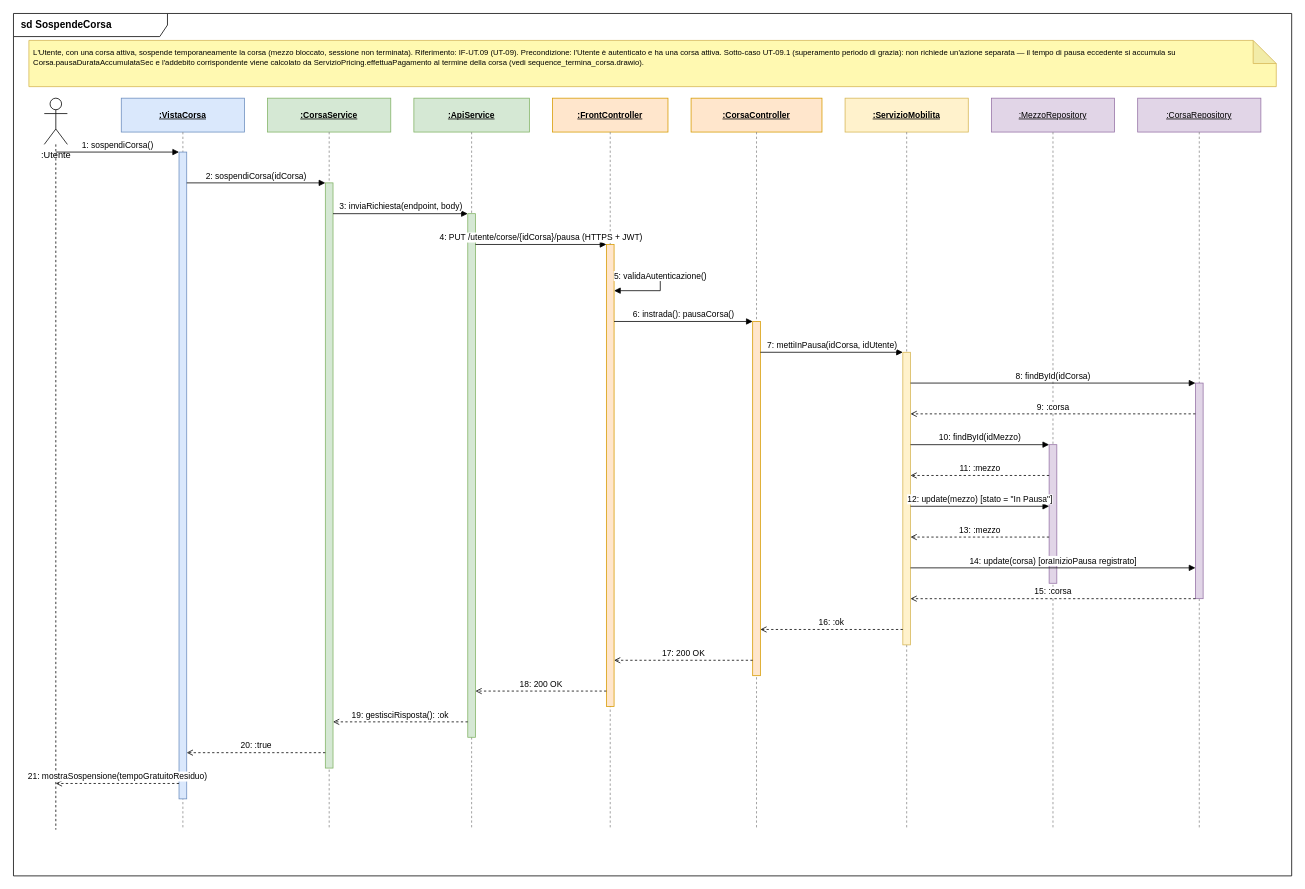
This is docs/Diagrammi/Diagrammi di Sequenza/Flavio/sprint2/sequence_sospende_corsa.drawio from FrancescoGiannulo/SmartMobility, a draw.io file, before an edit. Source tidied: cells renumbered, new cells numbered last; positions are measured from the earlier drawing's top-left corner, leaving out a move shared by most shapes. Both pictures are drawn from the tidied source at 77%, with x=0, y=0 at pixel (13, 13).
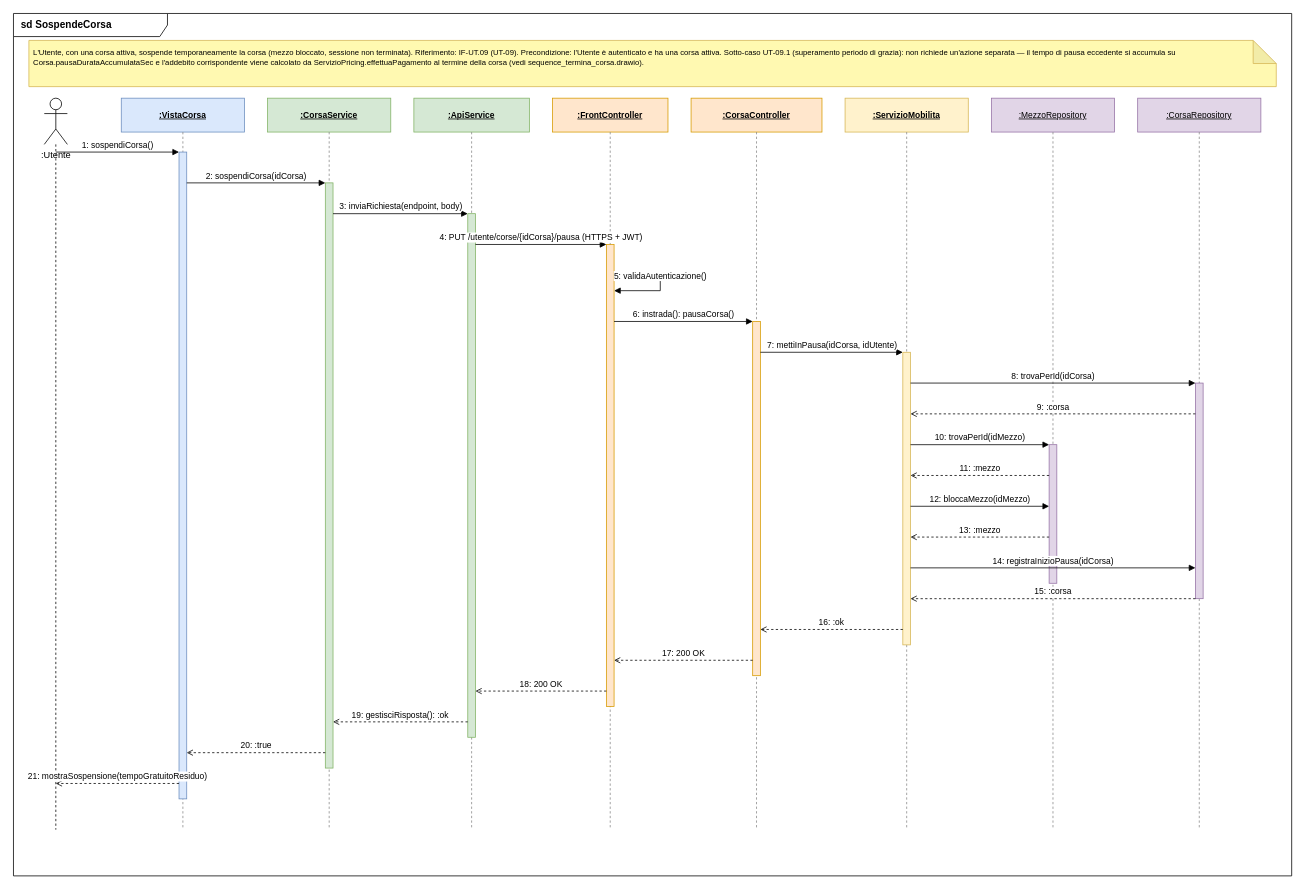
The same page after the edit.

The edit, as a diff of the source:
```diff
@@
-    <mxCell id="37" value="8: findById(idCorsa)" style="html=1;verticalAlign=bottom;endArrow=block;endFill=1;fontSize=11;" parent="1" edge="1">
+    <mxCell id="37" value="8: trovaPerId(idCorsa)" style="html=1;verticalAlign=bottom;endArrow=block;endFill=1;fontSize=11;" parent="1" edge="1">
       <mxGeometry relative="1" as="geometry">
         <mxPoint x="1165" y="480" as="sourcePoint" />
         <mxPoint x="1535" y="480" as="targetPoint" />
       </mxGeometry>
     </mxCell>
@@
-    <mxCell id="39" value="10: findById(idMezzo)" style="html=1;verticalAlign=bottom;endArrow=block;endFill=1;fontSize=11;" parent="1" edge="1">
+    <mxCell id="39" value="10: trovaPerId(idMezzo)" style="html=1;verticalAlign=bottom;endArrow=block;endFill=1;fontSize=11;" parent="1" edge="1">
       <mxGeometry relative="1" as="geometry">
         <mxPoint x="1165" y="560" as="sourcePoint" />
         <mxPoint x="1345" y="560" as="targetPoint" />
       </mxGeometry>
     </mxCell>
@@
-    <mxCell id="41" value="12: update(mezzo) [stato = &quot;In Pausa&quot;]" style="html=1;verticalAlign=bottom;endArrow=block;endFill=1;fontSize=11;" parent="1" edge="1">
+    <mxCell id="41" value="12: bloccaMezzo(idMezzo)" style="html=1;verticalAlign=bottom;endArrow=block;endFill=1;fontSize=11;" parent="1" edge="1">
       <mxGeometry relative="1" as="geometry">
         <mxPoint x="1165" y="640" as="sourcePoint" />
         <mxPoint x="1345" y="640" as="targetPoint" />
       </mxGeometry>
     </mxCell>
@@
-    <mxCell id="43" value="14: update(corsa) [oraInizioPausa registrato]" style="html=1;verticalAlign=bottom;endArrow=block;endFill=1;fontSize=11;" parent="1" edge="1">
+    <mxCell id="43" value="14: registraInizioPausa(idCorsa)" style="html=1;verticalAlign=bottom;endArrow=block;endFill=1;fontSize=11;" parent="1" edge="1">
       <mxGeometry relative="1" as="geometry">
         <mxPoint x="1165" y="720" as="sourcePoint" />
         <mxPoint x="1535" y="720" as="targetPoint" />
       </mxGeometry>
     </mxCell>
```
